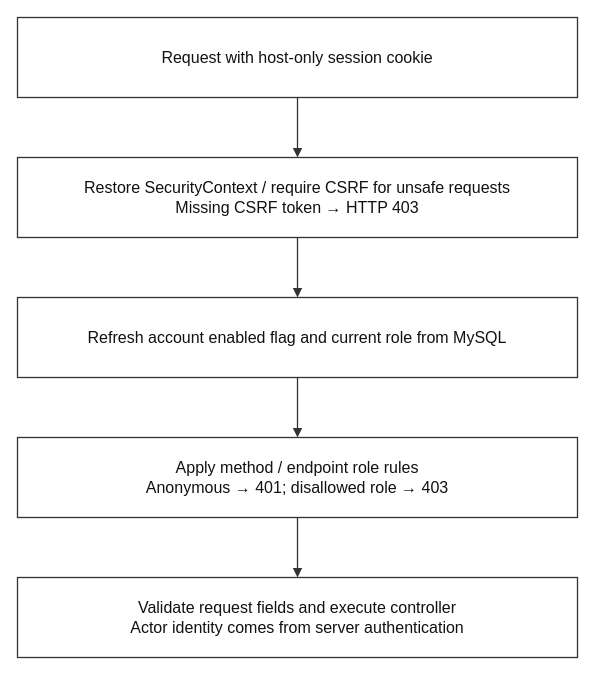
Before: thesis/figure-assets/diagrams/23-security-flow.drawio in ZeroRegister/SupermarketsSystem, a draw.io diagram. Source tidied: cells renumbered, new cells numbered last; positions are measured from the earlier drawing's top-left corner, leaving out a move shared by most shapes. Both pictures are drawn from the tidied source at 100%, with x=0, y=0 at pixel (17, 17).
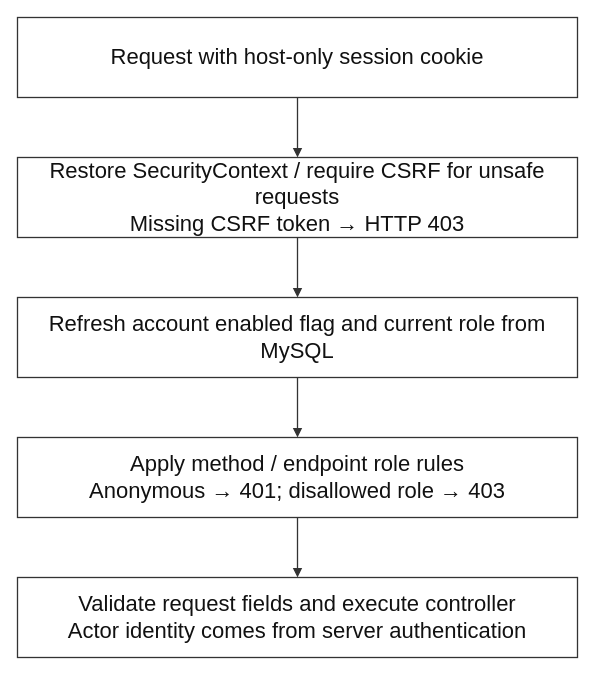
After the change.

Change to the diagram source:
```diff
@@
 <mxGraphModel background="#ffffff">
   <root>
     <mxCell id="0" />
     <mxCell id="1" parent="0" />
-    <mxCell id="2" value="Request with host-only session cookie" style="whiteSpace=wrap;html=1;fontFamily=Arial;fontSize=16;fontColor=#111111;strokeColor=#333333;strokeWidth=1.3;rounded=0;fillColor=#ffffff;" parent="1" vertex="1">
+    <mxCell id="2" value="Request with host-only session cookie" style="whiteSpace=wrap;html=1;fontFamily=Arial;fontSize=22;fontColor=#111111;strokeColor=#333333;strokeWidth=1.3;rounded=0;fillColor=#ffffff;fontSize=22;" parent="1" vertex="1">
       <mxGeometry width="560" height="80" as="geometry" />
     </mxCell>
-    <mxCell id="3" value="Restore SecurityContext / require CSRF for unsafe requests&#10;Missing CSRF token → HTTP 403" style="whiteSpace=wrap;html=1;fontFamily=Arial;fontSize=16;fontColor=#111111;strokeColor=#333333;strokeWidth=1.3;rounded=0;fillColor=#ffffff;" parent="1" vertex="1">
+    <mxCell id="3" value="Restore SecurityContext / require CSRF for unsafe requests&#10;Missing CSRF token → HTTP 403" style="whiteSpace=wrap;html=1;fontFamily=Arial;fontSize=22;fontColor=#111111;strokeColor=#333333;strokeWidth=1.3;rounded=0;fillColor=#ffffff;fontSize=22;" parent="1" vertex="1">
       <mxGeometry y="140" width="560" height="80" as="geometry" />
     </mxCell>
-    <mxCell id="4" value="Refresh account enabled flag and current role from MySQL" style="whiteSpace=wrap;html=1;fontFamily=Arial;fontSize=16;fontColor=#111111;strokeColor=#333333;strokeWidth=1.3;rounded=0;fillColor=#ffffff;" parent="1" vertex="1">
+    <mxCell id="4" value="Refresh account enabled flag and current role from MySQL" style="whiteSpace=wrap;html=1;fontFamily=Arial;fontSize=22;fontColor=#111111;strokeColor=#333333;strokeWidth=1.3;rounded=0;fillColor=#ffffff;fontSize=22;" parent="1" vertex="1">
       <mxGeometry y="280" width="560" height="80" as="geometry" />
     </mxCell>
-    <mxCell id="5" value="Apply method / endpoint role rules&#10;Anonymous → 401; disallowed role → 403" style="whiteSpace=wrap;html=1;fontFamily=Arial;fontSize=16;fontColor=#111111;strokeColor=#333333;strokeWidth=1.3;rounded=0;fillColor=#ffffff;" parent="1" vertex="1">
+    <mxCell id="5" value="Apply method / endpoint role rules&#10;Anonymous → 401; disallowed role → 403" style="whiteSpace=wrap;html=1;fontFamily=Arial;fontSize=22;fontColor=#111111;strokeColor=#333333;strokeWidth=1.3;rounded=0;fillColor=#ffffff;fontSize=22;" parent="1" vertex="1">
       <mxGeometry y="420" width="560" height="80" as="geometry" />
     </mxCell>
-    <mxCell id="6" value="Validate request fields and execute controller&#10;Actor identity comes from server authentication" style="whiteSpace=wrap;html=1;fontFamily=Arial;fontSize=16;fontColor=#111111;strokeColor=#333333;strokeWidth=1.3;rounded=0;fillColor=#ffffff;" parent="1" vertex="1">
+    <mxCell id="6" value="Validate request fields and execute controller&#10;Actor identity comes from server authentication" style="whiteSpace=wrap;html=1;fontFamily=Arial;fontSize=22;fontColor=#111111;strokeColor=#333333;strokeWidth=1.3;rounded=0;fillColor=#ffffff;fontSize=22;" parent="1" vertex="1">
       <mxGeometry y="560" width="560" height="80" as="geometry" />
     </mxCell>
-    <mxCell id="7" style="whiteSpace=wrap;html=1;fontFamily=Arial;fontSize=16;fontColor=#111111;strokeColor=#333333;strokeWidth=1.3;edgeStyle=orthogonalEdgeStyle;rounded=1;jettySize=auto;fontSize=13;whiteSpace=nowrap;labelBackgroundColor=#ffffff;endArrow=block;endFill=1;exitX=0.5;exitY=1;entryX=0.5;entryY=0;" parent="1" edge="1" source="2" target="3">
+    <mxCell id="7" style="whiteSpace=wrap;html=1;fontFamily=Arial;fontSize=22;fontColor=#111111;strokeColor=#333333;strokeWidth=1.3;edgeStyle=orthogonalEdgeStyle;rounded=1;jettySize=auto;fontSize=13;whiteSpace=nowrap;labelBackgroundColor=#ffffff;endArrow=block;endFill=1;exitX=0.5;exitY=1;entryX=0.5;entryY=0;" parent="1" edge="1" source="2" target="3">
       <mxGeometry relative="1" as="geometry" />
     </mxCell>
-    <mxCell id="8" style="whiteSpace=wrap;html=1;fontFamily=Arial;fontSize=16;fontColor=#111111;strokeColor=#333333;strokeWidth=1.3;edgeStyle=orthogonalEdgeStyle;rounded=1;jettySize=auto;fontSize=13;whiteSpace=nowrap;labelBackgroundColor=#ffffff;endArrow=block;endFill=1;exitX=0.5;exitY=1;entryX=0.5;entryY=0;" parent="1" edge="1" source="3" target="4">
+    <mxCell id="8" style="whiteSpace=wrap;html=1;fontFamily=Arial;fontSize=22;fontColor=#111111;strokeColor=#333333;strokeWidth=1.3;edgeStyle=orthogonalEdgeStyle;rounded=1;jettySize=auto;fontSize=13;whiteSpace=nowrap;labelBackgroundColor=#ffffff;endArrow=block;endFill=1;exitX=0.5;exitY=1;entryX=0.5;entryY=0;" parent="1" edge="1" source="3" target="4">
       <mxGeometry relative="1" as="geometry" />
     </mxCell>
-    <mxCell id="9" style="whiteSpace=wrap;html=1;fontFamily=Arial;fontSize=16;fontColor=#111111;strokeColor=#333333;strokeWidth=1.3;edgeStyle=orthogonalEdgeStyle;rounded=1;jettySize=auto;fontSize=13;whiteSpace=nowrap;labelBackgroundColor=#ffffff;endArrow=block;endFill=1;exitX=0.5;exitY=1;entryX=0.5;entryY=0;" parent="1" edge="1" source="4" target="5">
+    <mxCell id="9" style="whiteSpace=wrap;html=1;fontFamily=Arial;fontSize=22;fontColor=#111111;strokeColor=#333333;strokeWidth=1.3;edgeStyle=orthogonalEdgeStyle;rounded=1;jettySize=auto;fontSize=13;whiteSpace=nowrap;labelBackgroundColor=#ffffff;endArrow=block;endFill=1;exitX=0.5;exitY=1;entryX=0.5;entryY=0;" parent="1" edge="1" source="4" target="5">
       <mxGeometry relative="1" as="geometry" />
     </mxCell>
-    <mxCell id="10" style="whiteSpace=wrap;html=1;fontFamily=Arial;fontSize=16;fontColor=#111111;strokeColor=#333333;strokeWidth=1.3;edgeStyle=orthogonalEdgeStyle;rounded=1;jettySize=auto;fontSize=13;whiteSpace=nowrap;labelBackgroundColor=#ffffff;endArrow=block;endFill=1;exitX=0.5;exitY=1;entryX=0.5;entryY=0;" parent="1" edge="1" source="5" target="6">
+    <mxCell id="10" style="whiteSpace=wrap;html=1;fontFamily=Arial;fontSize=22;fontColor=#111111;strokeColor=#333333;strokeWidth=1.3;edgeStyle=orthogonalEdgeStyle;rounded=1;jettySize=auto;fontSize=13;whiteSpace=nowrap;labelBackgroundColor=#ffffff;endArrow=block;endFill=1;exitX=0.5;exitY=1;entryX=0.5;entryY=0;" parent="1" edge="1" source="5" target="6">
       <mxGeometry relative="1" as="geometry" />
     </mxCell>
   </root>
 </mxGraphModel>
```
